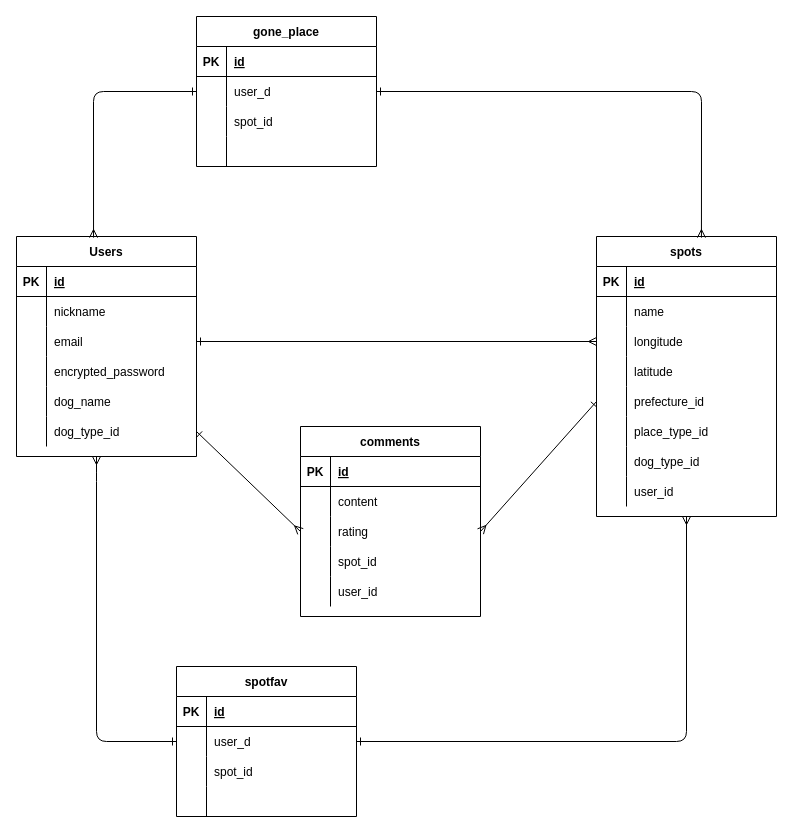
s-yamauchi07/one_together keeps this draw.io diagram as one_together.dio. Above is the earlier version. Source tidied: cells renumbered, new cells numbered last; positions are measured from the earlier drawing's top-left corner, leaving out a move shared by most shapes. Both pictures are drawn from the tidied source at 100%, with x=0, y=0 at pixel (16, 16).
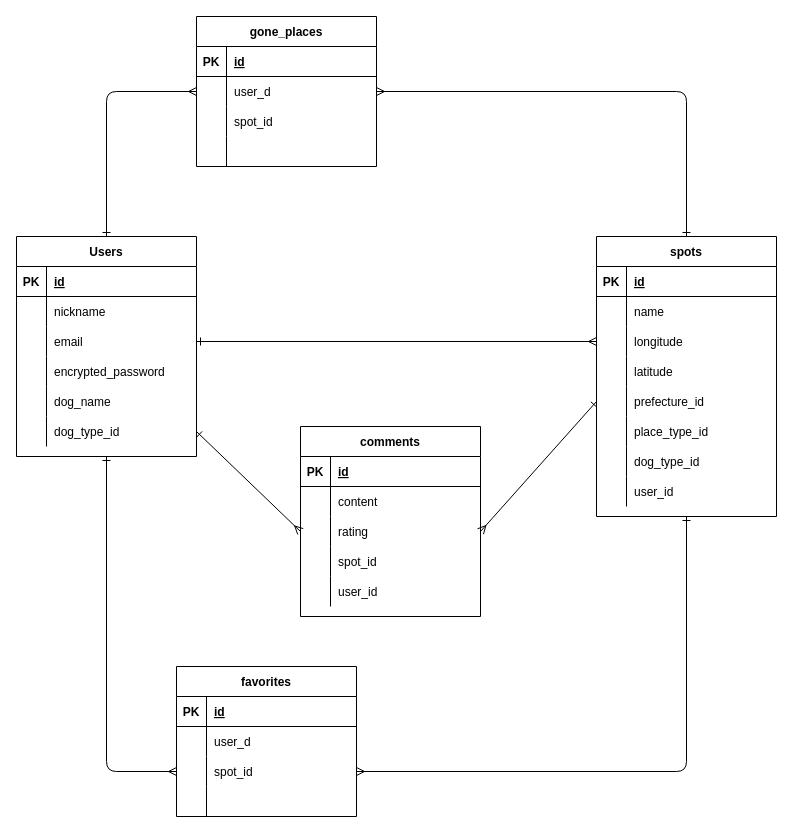
The same diagram, later.

Commit message:
ER図テーブルの修正

The change refers to these unchanged cells:
```xml
<mxCell id="2" value="Users" style="shape=table;startSize=30;childLayout=tableLayout;rowLines=0;fontStyle=1;align=center;" parent="1" vertex="1">
  <mxGeometry y="220" width="180" height="220" as="geometry" />
</mxCell>
<mxCell id="21" value="spots" style="shape=table;startSize=30;childLayout=tableLayout;rowLines=0;fontStyle=1;align=center;" parent="1" vertex="1">
  <mxGeometry x="580" y="220" width="180" height="280" as="geometry" />
</mxCell>
<mxCell id="50" style="shape=partialRectangle;fillColor=none;top=0;left=0;bottom=0;right=0;points=[[0,0.5],[1,0.5]];portConstraint=eastwest;" parent="46" vertex="1">
  <mxGeometry y="60" width="180" height="30" as="geometry" />
</mxCell>
<mxCell id="53" style="shape=partialRectangle;fillColor=none;top=0;left=0;bottom=0;right=0;points=[[0,0.5],[1,0.5]];portConstraint=eastwest;" parent="46" vertex="1">
  <mxGeometry y="90" width="180" height="30" as="geometry" />
</mxCell>
<mxCell id="66" style="shape=partialRectangle;fillColor=none;top=0;left=0;bottom=0;right=0;points=[[0,0.5],[1,0.5]];portConstraint=eastwest;" parent="62" vertex="1">
  <mxGeometry y="60" width="180" height="30" as="geometry" />
</mxCell>
```

Diff of the diagram source:
```diff
@@
+    <mxCell id="95" style="edgeStyle=none;html=1;exitX=0.5;exitY=1;exitDx=0;exitDy=0;entryX=0;entryY=0.5;entryDx=0;entryDy=0;startArrow=ERone;startFill=0;endArrow=ERmany;endFill=0;" parent="1" edge="1" source="2" target="53">
+      <mxGeometry relative="1" as="geometry">
+        <Array as="points">
+          <mxPoint x="90" y="755" />
+        </Array>
+      </mxGeometry>
+    </mxCell>
+    <mxCell id="96" style="edgeStyle=none;html=1;exitX=0.5;exitY=0;exitDx=0;exitDy=0;entryX=0;entryY=0.5;entryDx=0;entryDy=0;startArrow=ERone;startFill=0;endArrow=ERmany;endFill=0;" parent="1" edge="1" source="2" target="66">
+      <mxGeometry relative="1" as="geometry">
+        <Array as="points">
+          <mxPoint x="90" y="75" />
+        </Array>
+      </mxGeometry>
+    </mxCell>
@@
+    <mxCell id="97" style="edgeStyle=none;html=1;exitX=0.5;exitY=1;exitDx=0;exitDy=0;entryX=1;entryY=0.5;entryDx=0;entryDy=0;startArrow=ERone;startFill=0;endArrow=ERmany;endFill=0;" parent="1" edge="1" source="21" target="53">
+      <mxGeometry relative="1" as="geometry">
+        <Array as="points">
+          <mxPoint x="670" y="755" />
+        </Array>
+      </mxGeometry>
+    </mxCell>
+    <mxCell id="98" style="edgeStyle=none;html=1;exitX=0.5;exitY=0;exitDx=0;exitDy=0;entryX=1;entryY=0.5;entryDx=0;entryDy=0;startArrow=ERone;startFill=0;endArrow=ERmany;endFill=0;" parent="1" edge="1" source="21" target="66">
+      <mxGeometry relative="1" as="geometry">
+        <Array as="points">
+          <mxPoint x="670" y="75" />
+        </Array>
+      </mxGeometry>
+    </mxCell>
@@
-    <mxCell id="46" value="spotfav" style="shape=table;startSize=30;childLayout=tableLayout;rowLines=0;fontStyle=1;align=center;" parent="1" vertex="1">
+    <mxCell id="46" value="favorites" style="shape=table;startSize=30;childLayout=tableLayout;rowLines=0;fontStyle=1;align=center;" parent="1" vertex="1">
       <mxGeometry x="160" y="650" width="180" height="150" as="geometry" />
     </mxCell>
@@
-    <mxCell id="60" style="edgeStyle=none;html=1;exitX=1;exitY=0.5;exitDx=0;exitDy=0;startArrow=ERone;startFill=0;endArrow=ERmany;endFill=0;entryX=0.5;entryY=1;entryDx=0;entryDy=0;" parent="1" edge="1" source="50" target="21">
-      <mxGeometry relative="1" as="geometry">
-        <Array as="points">
-          <mxPoint x="670" y="725" />
-        </Array>
-      </mxGeometry>
-    </mxCell>
-    <mxCell id="61" style="edgeStyle=none;html=1;exitX=0;exitY=0.5;exitDx=0;exitDy=0;startArrow=ERone;startFill=0;endArrow=ERmany;endFill=0;" parent="1" edge="1" source="50">
-      <mxGeometry relative="1" as="geometry">
-        <mxPoint x="80" y="440" as="targetPoint" />
-        <Array as="points">
-          <mxPoint x="80" y="725" />
-          <mxPoint x="80" y="455" />
-        </Array>
-      </mxGeometry>
-    </mxCell>
-    <mxCell id="62" value="gone_place" style="shape=table;startSize=30;childLayout=tableLayout;rowLines=0;fontStyle=1;align=center;" parent="1" vertex="1">
+    <mxCell id="62" value="gone_places" style="shape=table;startSize=30;childLayout=tableLayout;rowLines=0;fontStyle=1;align=center;" parent="1" vertex="1">
       <mxGeometry x="180" width="180" height="150" as="geometry" />
     </mxCell>
@@
-    <mxCell id="75" style="edgeStyle=none;html=1;exitX=0;exitY=0.5;exitDx=0;exitDy=0;entryX=0.428;entryY=0.005;entryDx=0;entryDy=0;entryPerimeter=0;startArrow=ERone;startFill=0;endArrow=ERmany;endFill=0;" parent="1" edge="1" source="66" target="2">
-      <mxGeometry relative="1" as="geometry">
-        <Array as="points">
-          <mxPoint x="77" y="75" />
-        </Array>
-      </mxGeometry>
-    </mxCell>
-    <mxCell id="76" style="edgeStyle=none;html=1;exitX=1;exitY=0.5;exitDx=0;exitDy=0;entryX=0.583;entryY=0.004;entryDx=0;entryDy=0;entryPerimeter=0;startArrow=ERone;startFill=0;endArrow=ERmany;endFill=0;" parent="1" edge="1" source="66" target="21">
-      <mxGeometry relative="1" as="geometry">
-        <Array as="points">
-          <mxPoint x="685" y="75" />
-        </Array>
-      </mxGeometry>
-    </mxCell>
```
